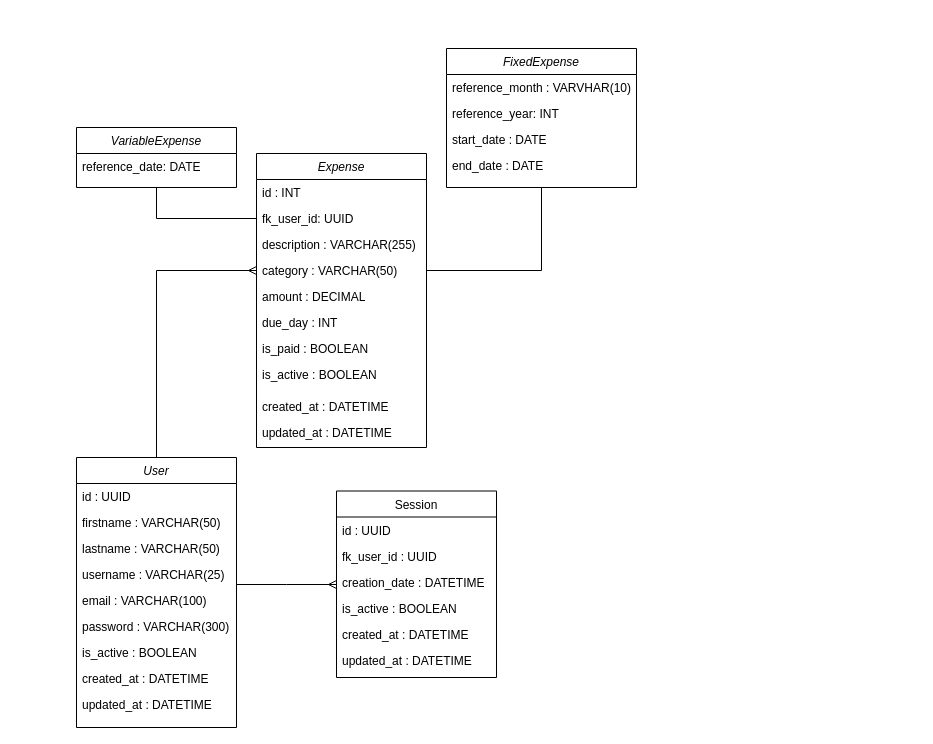
The draw.io diagram _docs/Entity Relationship Diagrams (ERD).drawio in gervasioartur/walletwise-clean-graphql-api, before the edit. Source tidied: cells renumbered, new cells numbered last; positions are measured from the earlier drawing's top-left corner, leaving out a move shared by most shapes. Both pictures are drawn from the tidied source at 100%, with x=0, y=0 at pixel (76, 48).
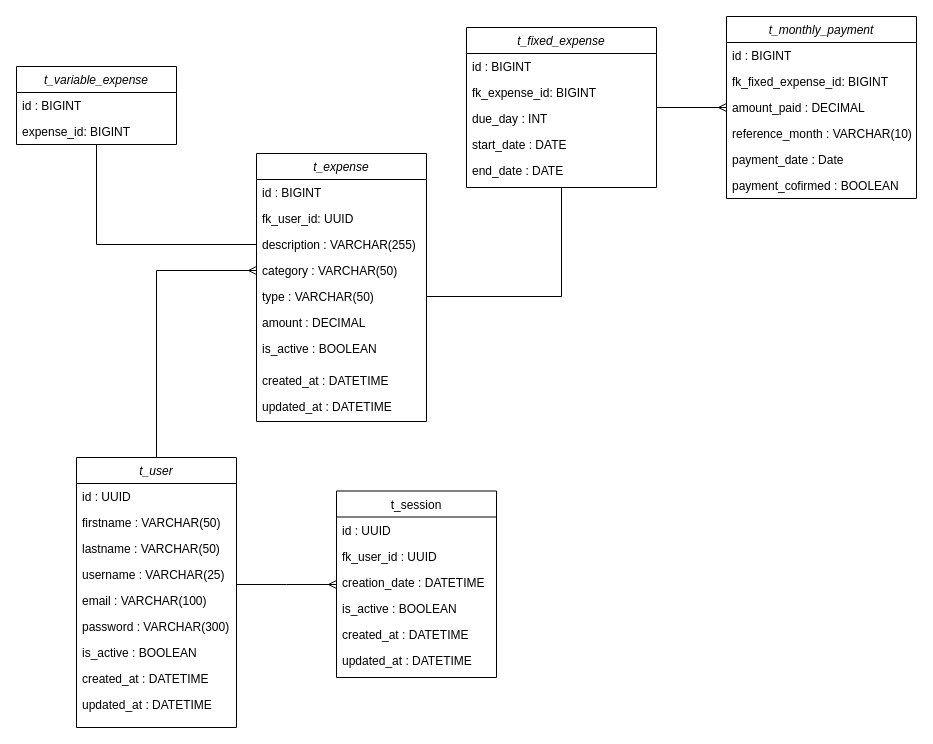
The same diagram, later.

Commit message (it also covers changes not shown here):
docs: ad expenses to diagrams

Unchanged cells that the change refers to:
```xml
<mxCell id="24" value="fk_user_id: UUID" style="text;align=left;verticalAlign=top;spacingLeft=4;spacingRight=4;overflow=hidden;points=[[0,0.5],[1,0.5]];portConstraint=eastwest;rounded=0;shadow=0;html=0;" parent="22" vertex="1">
  <mxGeometry y="52" width="170" height="26" as="geometry" />
</mxCell>
<mxCell id="25" value="description : VARCHAR(255)" style="text;align=left;verticalAlign=top;spacingLeft=4;spacingRight=4;overflow=hidden;points=[[0,0.5],[1,0.5]];portConstraint=eastwest;rounded=0;shadow=0;html=0;" parent="22" vertex="1">
  <mxGeometry y="78" width="170" height="26" as="geometry" />
</mxCell>
<mxCell id="26" value="category : VARCHAR(50)" style="text;align=left;verticalAlign=top;spacingLeft=4;spacingRight=4;overflow=hidden;points=[[0,0.5],[1,0.5]];portConstraint=eastwest;rounded=0;shadow=0;html=0;" parent="22" vertex="1">
  <mxGeometry y="104" width="170" height="26" as="geometry" />
</mxCell>
```

The edit, as a diff of the source:
```diff
@@
-    <mxCell id="3" value="User" style="swimlane;fontStyle=2;align=center;verticalAlign=top;horizontal=1;startSize=26;rounded=0;shadow=0;strokeWidth=1;" parent="1" vertex="1">
+    <mxCell id="3" value="t_user" style="swimlane;fontStyle=2;align=center;verticalAlign=top;horizontal=1;startSize=26;rounded=0;shadow=0;strokeWidth=1;" parent="1" vertex="1">
       <mxGeometry y="409" width="160" height="270" as="geometry" />
     </mxCell>
@@
-    <mxCell id="13" value="Session" style="swimlane;fontStyle=0;align=center;verticalAlign=top;horizontal=1;startSize=26;rounded=0;shadow=0;strokeWidth=1;" parent="1" vertex="1">
+    <mxCell id="13" value="t_session" style="swimlane;fontStyle=0;align=center;verticalAlign=top;horizontal=1;startSize=26;rounded=0;shadow=0;strokeWidth=1;" parent="1" vertex="1">
       <mxGeometry x="260" y="442.5" width="160" height="186.5" as="geometry" />
     </mxCell>
@@
-    <mxCell id="21" style="edgeStyle=orthogonalEdgeStyle;rounded=0;jettySize=auto;html=1;entryX=0;entryY=0.5;entryDx=0;entryDy=0;exitX=0.5;exitY=1;exitDx=0;exitDy=0;endArrow=none;endFill=0;" parent="1" edge="1" source="33" target="24">
+    <mxCell id="21" style="edgeStyle=orthogonalEdgeStyle;rounded=0;jettySize=auto;html=1;exitX=0;exitY=0.5;exitDx=0;exitDy=0;endArrow=none;endFill=0;" parent="1" edge="1" source="25" target="33">
       <mxGeometry relative="1" as="geometry" />
     </mxCell>
-    <mxCell id="22" value="Expense" style="swimlane;fontStyle=2;align=center;verticalAlign=top;horizontal=1;startSize=26;rounded=0;shadow=0;strokeWidth=1;" parent="1" vertex="1">
-      <mxGeometry x="180" y="105" width="170" height="294" as="geometry" />
+    <mxCell id="22" value="t_expense" style="swimlane;fontStyle=2;align=center;verticalAlign=top;horizontal=1;startSize=26;rounded=0;shadow=0;strokeWidth=1;" parent="1" vertex="1">
+      <mxGeometry x="180" y="105" width="170" height="268" as="geometry" />
     </mxCell>
-    <mxCell id="23" value="id : INT" style="text;align=left;verticalAlign=top;spacingLeft=4;spacingRight=4;overflow=hidden;rounded=0;shadow=0;html=0;" parent="22" vertex="1">
+    <mxCell id="23" value="id : BIGINT" style="text;align=left;verticalAlign=top;spacingLeft=4;spacingRight=4;overflow=hidden;rounded=0;shadow=0;html=0;" parent="22" vertex="1">
       <mxGeometry y="26" width="170" height="26" as="geometry" />
     </mxCell>
@@
+    <mxCell id="41" value="type : VARCHAR(50)" style="text;align=left;verticalAlign=top;spacingLeft=4;spacingRight=4;overflow=hidden;points=[[0,0.5],[1,0.5]];portConstraint=eastwest;rounded=0;shadow=0;html=0;" parent="22" vertex="1">
+      <mxGeometry y="130" width="170" height="26" as="geometry" />
+    </mxCell>
     <mxCell id="27" value="amount : DECIMAL " style="text;align=left;verticalAlign=top;spacingLeft=4;spacingRight=4;overflow=hidden;rounded=0;shadow=0;html=0;" parent="22" vertex="1">
-      <mxGeometry y="130" width="170" height="26" as="geometry" />
+      <mxGeometry y="156" width="170" height="26" as="geometry" />
     </mxCell>
-    <mxCell id="28" value="due_day : INT" style="text;align=left;verticalAlign=top;spacingLeft=4;spacingRight=4;overflow=hidden;rounded=0;shadow=0;html=0;" parent="22" vertex="1">
-      <mxGeometry y="156" width="170" height="26" as="geometry" />
-    </mxCell>
-    <mxCell id="29" value="is_paid : BOOLEAN " style="text;align=left;verticalAlign=top;spacingLeft=4;spacingRight=4;overflow=hidden;rounded=0;shadow=0;html=0;" parent="22" vertex="1">
-      <mxGeometry y="182" width="170" height="26" as="geometry" />
-    </mxCell>
     <mxCell id="30" value="is_active : BOOLEAN" style="text;align=left;verticalAlign=top;spacingLeft=4;spacingRight=4;overflow=hidden;rounded=0;shadow=0;html=0;" parent="22" vertex="1">
-      <mxGeometry y="208" width="170" height="32" as="geometry" />
+      <mxGeometry y="182" width="170" height="32" as="geometry" />
     </mxCell>
     <mxCell id="31" value="created_at : DATETIME" style="text;align=left;verticalAlign=top;spacingLeft=4;spacingRight=4;overflow=hidden;rounded=0;shadow=0;html=0;" parent="22" vertex="1">
-      <mxGeometry y="240" width="170" height="26" as="geometry" />
+      <mxGeometry y="214" width="170" height="26" as="geometry" />
     </mxCell>
     <mxCell id="32" value="updated_at : DATETIME" style="text;align=left;verticalAlign=top;spacingLeft=4;spacingRight=4;overflow=hidden;rounded=0;shadow=0;html=0;" parent="22" vertex="1">
-      <mxGeometry y="266" width="170" height="28" as="geometry" />
+      <mxGeometry y="240" width="170" height="28" as="geometry" />
     </mxCell>
-    <mxCell id="33" value="VariableExpense" style="swimlane;fontStyle=2;align=center;verticalAlign=top;horizontal=1;startSize=26;rounded=0;shadow=0;strokeWidth=1;" parent="1" vertex="1">
-      <mxGeometry y="79" width="160" height="60" as="geometry" />
+    <mxCell id="33" value="t_variable_expense" style="swimlane;fontStyle=2;align=center;verticalAlign=top;horizontal=1;startSize=26;rounded=0;shadow=0;strokeWidth=1;" parent="1" vertex="1">
+      <mxGeometry x="-60" y="18" width="160" height="78" as="geometry" />
     </mxCell>
-    <mxCell id="34" value="reference_date: DATE" style="text;align=left;verticalAlign=top;spacingLeft=4;spacingRight=4;overflow=hidden;rounded=0;shadow=0;html=0;" parent="33" vertex="1">
-      <mxGeometry y="26" width="160" height="26" as="geometry" />
-    </mxCell>
-    <mxCell id="35" style="edgeStyle=orthogonalEdgeStyle;rounded=0;jettySize=auto;html=1;entryX=1;entryY=0.5;entryDx=0;entryDy=0;endArrow=none;endFill=0;" parent="1" edge="1" source="36" target="26">
-      <mxGeometry relative="1" as="geometry" />
-    </mxCell>
+    <mxCell id="42" value="id : BIGINT" style="text;align=left;verticalAlign=top;spacingLeft=4;spacingRight=4;overflow=hidden;rounded=0;shadow=0;html=0;" parent="33" vertex="1">
+      <mxGeometry y="26" width="160" height="26" as="geometry" />
+    </mxCell>
+    <mxCell id="43" value="expense_id: BIGINT" style="text;align=left;verticalAlign=top;spacingLeft=4;spacingRight=4;overflow=hidden;rounded=0;shadow=0;html=0;" parent="33" vertex="1">
+      <mxGeometry y="52" width="160" height="26" as="geometry" />
+    </mxCell>
+    <mxCell id="44" style="edgeStyle=orthogonalEdgeStyle;rounded=0;jettySize=auto;html=1;endArrow=ERmany;endFill=0;" parent="1" edge="1" source="36" target="48">
+      <mxGeometry relative="1" as="geometry" />
+    </mxCell>
-    <mxCell id="36" value="FixedExpense" style="swimlane;fontStyle=2;align=center;verticalAlign=top;horizontal=1;startSize=26;rounded=0;shadow=0;strokeWidth=1;" parent="1" vertex="1">
-      <mxGeometry x="370" width="190" height="139" as="geometry" />
+    <mxCell id="36" value="t_fixed_expense" style="swimlane;fontStyle=2;align=center;verticalAlign=top;horizontal=1;startSize=26;rounded=0;shadow=0;strokeWidth=1;" parent="1" vertex="1">
+      <mxGeometry x="390" y="-21" width="190" height="160" as="geometry" />
     </mxCell>
-    <mxCell id="37" value="reference_month : VARVHAR(10)" style="text;align=left;verticalAlign=top;spacingLeft=4;spacingRight=4;overflow=hidden;rounded=0;shadow=0;html=0;" parent="36" vertex="1">
-      <mxGeometry y="26" width="190" height="26" as="geometry" />
-    </mxCell>
-    <mxCell id="38" value="reference_year: INT" style="text;align=left;verticalAlign=top;spacingLeft=4;spacingRight=4;overflow=hidden;rounded=0;shadow=0;html=0;" parent="36" vertex="1">
-      <mxGeometry y="52" width="190" height="26" as="geometry" />
-    </mxCell>
+    <mxCell id="45" value="id : BIGINT" style="text;align=left;verticalAlign=top;spacingLeft=4;spacingRight=4;overflow=hidden;rounded=0;shadow=0;html=0;" parent="36" vertex="1">
+      <mxGeometry y="26" width="190" height="26" as="geometry" />
+    </mxCell>
+    <mxCell id="46" value="fk_expense_id: BIGINT" style="text;align=left;verticalAlign=top;spacingLeft=4;spacingRight=4;overflow=hidden;rounded=0;shadow=0;html=0;" parent="36" vertex="1">
+      <mxGeometry y="52" width="190" height="26" as="geometry" />
+    </mxCell>
+    <mxCell id="28" value="due_day : INT" style="text;align=left;verticalAlign=top;spacingLeft=4;spacingRight=4;overflow=hidden;rounded=0;shadow=0;html=0;" parent="36" vertex="1">
+      <mxGeometry y="78" width="190" height="26" as="geometry" />
+    </mxCell>
     <mxCell id="39" value="start_date : DATE" style="text;align=left;verticalAlign=top;spacingLeft=4;spacingRight=4;overflow=hidden;rounded=0;shadow=0;html=0;" parent="36" vertex="1">
-      <mxGeometry y="78" width="190" height="26" as="geometry" />
+      <mxGeometry y="104" width="190" height="26" as="geometry" />
     </mxCell>
     <mxCell id="40" value="end_date : DATE" style="text;align=left;verticalAlign=top;spacingLeft=4;spacingRight=4;overflow=hidden;rounded=0;shadow=0;html=0;" parent="36" vertex="1">
-      <mxGeometry y="104" width="190" height="26" as="geometry" />
+      <mxGeometry y="130" width="190" height="26" as="geometry" />
     </mxCell>
+    <mxCell id="47" style="edgeStyle=orthogonalEdgeStyle;rounded=0;jettySize=auto;html=1;exitX=1;exitY=0.5;exitDx=0;exitDy=0;endArrow=none;endFill=0;entryX=0.5;entryY=1;entryDx=0;entryDy=0;" parent="1" edge="1" source="41" target="36">
+      <mxGeometry relative="1" as="geometry" />
+    </mxCell>
+    <mxCell id="48" value="t_monthly_payment" style="swimlane;fontStyle=2;align=center;verticalAlign=top;horizontal=1;startSize=26;rounded=0;shadow=0;strokeWidth=1;" parent="1" vertex="1">
+      <mxGeometry x="650" y="-32" width="190" height="182" as="geometry" />
+    </mxCell>
+    <mxCell id="49" value="id : BIGINT" style="text;align=left;verticalAlign=top;spacingLeft=4;spacingRight=4;overflow=hidden;rounded=0;shadow=0;html=0;" parent="48" vertex="1">
+      <mxGeometry y="26" width="190" height="26" as="geometry" />
+    </mxCell>
+    <mxCell id="50" value="fk_fixed_expense_id: BIGINT" style="text;align=left;verticalAlign=top;spacingLeft=4;spacingRight=4;overflow=hidden;rounded=0;shadow=0;html=0;" parent="48" vertex="1">
+      <mxGeometry y="52" width="190" height="26" as="geometry" />
+    </mxCell>
+    <mxCell id="51" value="amount_paid : DECIMAL " style="text;align=left;verticalAlign=top;spacingLeft=4;spacingRight=4;overflow=hidden;rounded=0;shadow=0;html=0;" parent="48" vertex="1">
+      <mxGeometry y="78" width="190" height="26" as="geometry" />
+    </mxCell>
+    <mxCell id="52" value="reference_month : VARCHAR(10)" style="text;align=left;verticalAlign=top;spacingLeft=4;spacingRight=4;overflow=hidden;rounded=0;shadow=0;html=0;" parent="48" vertex="1">
+      <mxGeometry y="104" width="190" height="26" as="geometry" />
+    </mxCell>
+    <mxCell id="53" value="payment_date : Date" style="text;align=left;verticalAlign=top;spacingLeft=4;spacingRight=4;overflow=hidden;rounded=0;shadow=0;html=0;" parent="48" vertex="1">
+      <mxGeometry y="130" width="190" height="26" as="geometry" />
+    </mxCell>
+    <mxCell id="54" value="payment_cofirmed : BOOLEAN" style="text;align=left;verticalAlign=top;spacingLeft=4;spacingRight=4;overflow=hidden;rounded=0;shadow=0;html=0;" parent="48" vertex="1">
+      <mxGeometry y="156" width="190" height="26" as="geometry" />
+    </mxCell>
```
